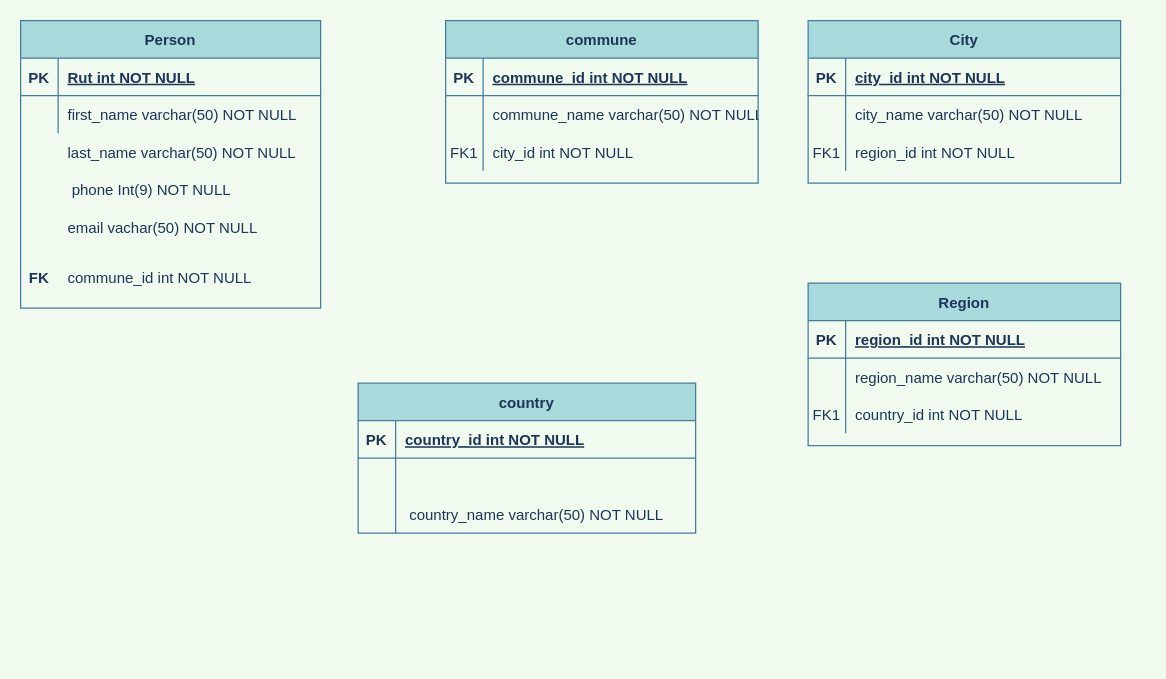
This is Untitled Diagram.drawio from jotavaldivia/ajax-json, a draw.io file, before an edit. Source tidied: cells renumbered, new cells numbered last; positions are measured from the earlier drawing's top-left corner, leaving out a move shared by most shapes. Both pictures are drawn from the tidied source at 125%, with x=0, y=0 at pixel (20, 20).
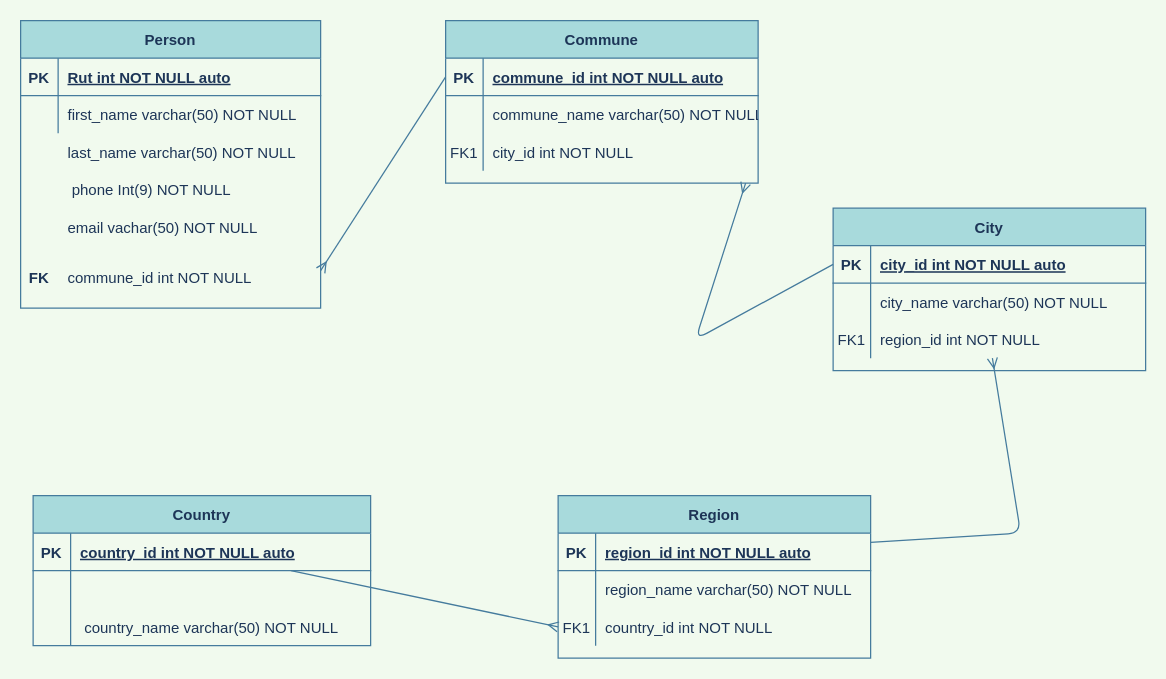
The same page after the edit.

Unchanged cells that the change refers to:
```xml
<mxCell id="3" style="shape=partialRectangle;fillColor=none;points=[[0,0.5],[1,0.5]];portConstraint=eastwest;top=0;left=0;right=0;bottom=1;strokeColor=#457B9D;fontColor=#1D3557;" parent="2" vertex="1">
  <mxGeometry y="30" width="270" height="30" as="geometry" />
</mxCell>
<mxCell id="13" style="shape=partialRectangle;fillColor=none;points=[[0,0.5],[1,0.5]];portConstraint=eastwest;top=0;left=0;right=0;bottom=1;strokeColor=#457B9D;fontColor=#1D3557;" parent="12" vertex="1">
  <mxGeometry y="30" width="250" height="30" as="geometry" />
</mxCell>
<mxCell id="19" style="shape=partialRectangle;fillColor=none;points=[[0,0.5],[1,0.5]];portConstraint=eastwest;top=0;left=0;right=0;bottom=0;strokeColor=#457B9D;fontColor=#1D3557;" parent="12" vertex="1">
  <mxGeometry y="90" width="250" height="30" as="geometry" />
</mxCell>
<mxCell id="23" style="shape=partialRectangle;fillColor=none;top=0;left=0;right=0;bottom=1;strokeColor=#457B9D;fontColor=#1D3557;" parent="22" vertex="1">
  <mxGeometry y="30" width="240" height="30" as="geometry" />
</mxCell>
<mxCell id="33" style="shape=partialRectangle;fillColor=none;points=[[0,0.5],[1,0.5]];portConstraint=eastwest;top=0;left=0;right=0;bottom=1;strokeColor=#457B9D;fontColor=#1D3557;" parent="32" vertex="1">
  <mxGeometry y="30" width="250" height="30" as="geometry" />
</mxCell>
<mxCell id="39" style="shape=partialRectangle;fillColor=none;points=[[0,0.5],[1,0.5]];portConstraint=eastwest;top=0;left=0;right=0;bottom=0;strokeColor=#457B9D;fontColor=#1D3557;" parent="32" vertex="1">
  <mxGeometry y="90" width="250" height="30" as="geometry" />
</mxCell>
<mxCell id="43" style="shape=partialRectangle;fillColor=none;points=[[0,0.5],[1,0.5]];portConstraint=eastwest;top=0;left=0;right=0;bottom=1;strokeColor=#457B9D;fontColor=#1D3557;" parent="42" vertex="1">
  <mxGeometry y="30" width="250" height="30" as="geometry" />
</mxCell>
<mxCell id="49" style="shape=partialRectangle;fillColor=none;points=[[0,0.5],[1,0.5]];portConstraint=eastwest;top=0;left=0;right=0;bottom=0;strokeColor=#457B9D;fontColor=#1D3557;" parent="42" vertex="1">
  <mxGeometry y="90" width="250" height="30" as="geometry" />
</mxCell>
```

What changed in the source:
```diff
@@
-    <mxCell id="2" value="country" style="shape=table;startSize=30;childLayout=tableLayout;rowLines=0;fontStyle=1;align=center;fillColor=#A8DADC;strokeColor=#457B9D;fontColor=#1D3557;" parent="1" vertex="1">
-      <mxGeometry x="270" y="290" width="270" height="120" as="geometry" />
+    <mxCell id="2" value="Country" style="shape=table;startSize=30;childLayout=tableLayout;rowLines=0;fontStyle=1;align=center;fillColor=#A8DADC;strokeColor=#457B9D;fontColor=#1D3557;" parent="1" vertex="1">
+      <mxGeometry x="10" y="380" width="270" height="120" as="geometry" />
     </mxCell>
@@
-    <mxCell id="5" value="country_id int NOT NULL " style="shape=partialRectangle;overflow=hidden;fillColor=none;top=0;left=0;bottom=0;right=0;align=left;spacingLeft=6;fontStyle=5;strokeColor=#457B9D;fontColor=#1D3557;" parent="3" vertex="1">
+    <mxCell id="5" value="country_id int NOT NULL auto" style="shape=partialRectangle;overflow=hidden;fillColor=none;top=0;left=0;bottom=0;right=0;align=left;spacingLeft=6;fontStyle=5;strokeColor=#457B9D;fontColor=#1D3557;" parent="3" vertex="1">
       <mxGeometry x="30" width="240" height="30" as="geometry" />
     </mxCell>
@@
     <mxCell id="12" value="Region" style="shape=table;startSize=30;childLayout=tableLayout;rowLines=0;fontStyle=1;align=center;fillColor=#A8DADC;strokeColor=#457B9D;fontColor=#1D3557;" parent="1" vertex="1">
-      <mxGeometry x="630" y="210" width="250" height="130" as="geometry" />
+      <mxGeometry x="430" y="380" width="250" height="130" as="geometry" />
     </mxCell>
@@
-    <mxCell id="15" value="region_id int NOT NULL " style="shape=partialRectangle;overflow=hidden;fillColor=none;top=0;left=0;bottom=0;right=0;align=left;spacingLeft=6;fontStyle=5;strokeColor=#457B9D;fontColor=#1D3557;" parent="13" vertex="1">
+    <mxCell id="15" value="region_id int NOT NULL auto" style="shape=partialRectangle;overflow=hidden;fillColor=none;top=0;left=0;bottom=0;right=0;align=left;spacingLeft=6;fontStyle=5;strokeColor=#457B9D;fontColor=#1D3557;" parent="13" vertex="1">
       <mxGeometry x="30" width="220" height="30" as="geometry" />
     </mxCell>
@@
-    <mxCell id="25" value="Rut int NOT NULL " style="shape=partialRectangle;overflow=hidden;fillColor=none;top=0;left=0;bottom=0;right=0;align=left;spacingLeft=6;fontStyle=5;strokeColor=#457B9D;fontColor=#1D3557;" parent="23" vertex="1">
+    <mxCell id="25" value="Rut int NOT NULL auto" style="shape=partialRectangle;overflow=hidden;fillColor=none;top=0;left=0;bottom=0;right=0;align=left;spacingLeft=6;fontStyle=5;strokeColor=#457B9D;fontColor=#1D3557;" parent="23" vertex="1">
       <mxGeometry x="30" width="210" height="30" as="geometry" />
     </mxCell>
@@
     <mxCell id="32" value="City" style="shape=table;startSize=30;childLayout=tableLayout;rowLines=0;fontStyle=1;align=center;fillColor=#A8DADC;strokeColor=#457B9D;fontColor=#1D3557;" parent="1" vertex="1">
-      <mxGeometry x="630" width="250" height="130" as="geometry" />
+      <mxGeometry x="650" y="150" width="250" height="130" as="geometry" />
     </mxCell>
@@
-    <mxCell id="35" value="city_id int NOT NULL " style="shape=partialRectangle;overflow=hidden;fillColor=none;top=0;left=0;bottom=0;right=0;align=left;spacingLeft=6;fontStyle=5;strokeColor=#457B9D;fontColor=#1D3557;" parent="33" vertex="1">
+    <mxCell id="35" value="city_id int NOT NULL auto" style="shape=partialRectangle;overflow=hidden;fillColor=none;top=0;left=0;bottom=0;right=0;align=left;spacingLeft=6;fontStyle=5;strokeColor=#457B9D;fontColor=#1D3557;" parent="33" vertex="1">
       <mxGeometry x="30" width="220" height="30" as="geometry" />
     </mxCell>
@@
-    <mxCell id="42" value="commune" style="shape=table;startSize=30;childLayout=tableLayout;rowLines=0;fontStyle=1;align=center;fillColor=#A8DADC;strokeColor=#457B9D;fontColor=#1D3557;" parent="1" vertex="1">
+    <mxCell id="42" value="Commune" style="shape=table;startSize=30;childLayout=tableLayout;rowLines=0;fontStyle=1;align=center;fillColor=#A8DADC;strokeColor=#457B9D;fontColor=#1D3557;" parent="1" vertex="1">
       <mxGeometry x="340" width="250" height="130" as="geometry" />
     </mxCell>
@@
-    <mxCell id="45" value="commune_id int NOT NULL " style="shape=partialRectangle;overflow=hidden;fillColor=none;top=0;left=0;bottom=0;right=0;align=left;spacingLeft=6;fontStyle=5;strokeColor=#457B9D;fontColor=#1D3557;" parent="43" vertex="1">
+    <mxCell id="45" value="commune_id int NOT NULL auto" style="shape=partialRectangle;overflow=hidden;fillColor=none;top=0;left=0;bottom=0;right=0;align=left;spacingLeft=6;fontStyle=5;strokeColor=#457B9D;fontColor=#1D3557;" parent="43" vertex="1">
       <mxGeometry x="30" width="220" height="30" as="geometry" />
     </mxCell>
@@
+    <mxCell id="54" style="endArrow=ERmany;html=1;strokeColor=#457B9D;fillColor=#A8DADC;fontColor=#1D3557;endFill=0;exitX=0;exitY=0.5;exitDx=0;exitDy=0;" parent="1" edge="1" source="43">
+      <mxGeometry relative="1" as="geometry">
+        <mxPoint x="240" y="200" as="targetPoint" />
+      </mxGeometry>
+    </mxCell>
+    <mxCell id="55" style="endArrow=ERmany;html=1;strokeColor=#457B9D;fillColor=#A8DADC;fontColor=#1D3557;endFill=0;entryX=0.96;entryY=1.333;entryDx=0;entryDy=0;entryPerimeter=0;exitX=0;exitY=0.5;exitDx=0;exitDy=0;" parent="1" edge="1" source="33" target="49">
+      <mxGeometry relative="1" as="geometry">
+        <Array as="points">
+          <mxPoint x="540" y="255" />
+        </Array>
+      </mxGeometry>
+    </mxCell>
+    <mxCell id="56" style="endArrow=ERmany;html=1;strokeColor=#457B9D;fillColor=#A8DADC;fontColor=#1D3557;endFill=0;" parent="1" edge="1" source="13" target="39">
+      <mxGeometry relative="1" as="geometry">
+        <Array as="points">
+          <mxPoint x="800" y="410" />
+        </Array>
+      </mxGeometry>
+    </mxCell>
+    <mxCell id="57" style="endArrow=ERmany;html=1;strokeColor=#457B9D;fillColor=#A8DADC;fontColor=#1D3557;endFill=0;entryX=0;entryY=0.5;entryDx=0;entryDy=0;" parent="1" edge="1" source="3" target="19">
+      <mxGeometry relative="1" as="geometry" />
+    </mxCell>
```
